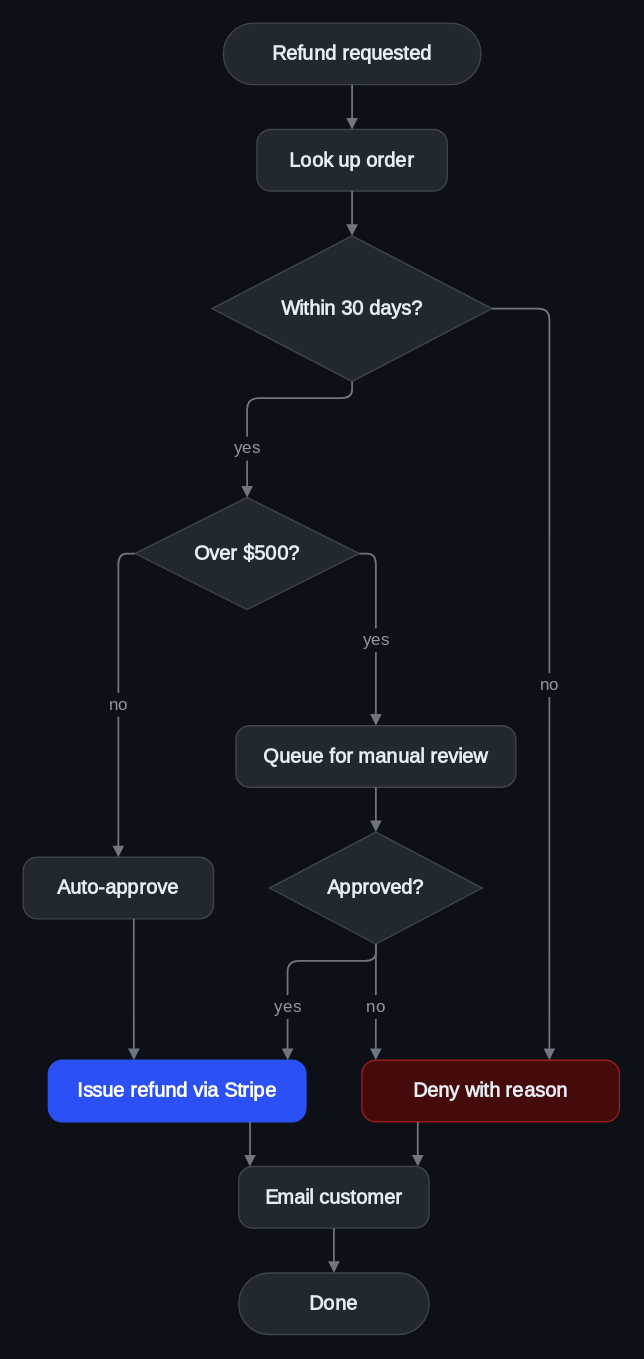
This is docs/gallery/refund-flow-dark.drawio.svg from itsthecsguy/linework, a draw.io export, as it was before one commit. Source tidied: cells renumbered, new cells last; positions are measured from the earlier drawing's top-left corner, leaving out a move shared by most shapes.
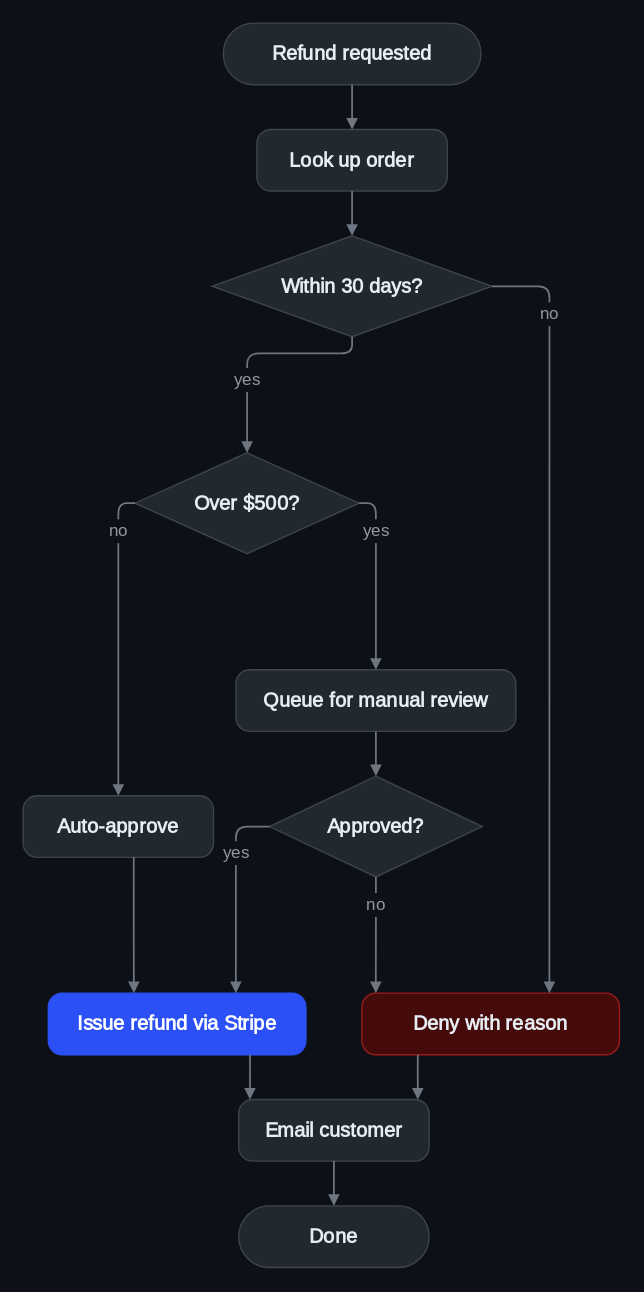
The same file after the commit.

Diff of the diagram source:
```diff
@@ -9,31 +9,31 @@
       <mxGeometry x="167" y="76" width="136" height="44" as="geometry" />
     </mxCell>
     <mxCell id="4" value="&lt;span style=&quot;font-weight:600&quot;&gt;Within 30 days?&lt;/span&gt;" style="rhombus;html=1;whiteSpace=wrap;spacingLeft=12;spacingRight=12;fontFamily=IBM Plex Sans, -apple-system, BlinkMacSystemFont, Segoe UI, Roboto, Helvetica Neue, Arial, sans-serif;fontSize=14;fontColor=#E6EDF3;fillColor=#212830;strokeColor=#3D444D;strokeWidth=1;spacingLeft=0;spacingRight=0;spacingLeft=41;spacingRight=41;" parent="1" vertex="1">
-      <mxGeometry x="135" y="152" width="200" height="104" as="geometry" />
+      <mxGeometry x="135" y="152" width="200" height="72" as="geometry" />
     </mxCell>
     <mxCell id="5" value="&lt;span style=&quot;font-weight:600&quot;&gt;Over $500?&lt;/span&gt;" style="rhombus;html=1;whiteSpace=wrap;spacingLeft=12;spacingRight=12;fontFamily=IBM Plex Sans, -apple-system, BlinkMacSystemFont, Segoe UI, Roboto, Helvetica Neue, Arial, sans-serif;fontSize=14;fontColor=#E6EDF3;fillColor=#212830;strokeColor=#3D444D;strokeWidth=1;spacingLeft=0;spacingRight=0;spacingLeft=35;spacingRight=35;" parent="1" vertex="1">
-      <mxGeometry x="80" y="339" width="160" height="80" as="geometry" />
+      <mxGeometry x="80" y="307" width="160" height="72" as="geometry" />
     </mxCell>
     <mxCell id="6" value="&lt;span style=&quot;font-weight:600&quot;&gt;Auto-approve&lt;/span&gt;" style="rounded=1;absoluteArcSize=1;arcSize=20;html=1;whiteSpace=wrap;spacingLeft=12;spacingRight=12;fontFamily=IBM Plex Sans, -apple-system, BlinkMacSystemFont, Segoe UI, Roboto, Helvetica Neue, Arial, sans-serif;fontSize=14;fontColor=#E6EDF3;fillColor=#212830;strokeColor=#3D444D;strokeWidth=1;" parent="1" vertex="1">
-      <mxGeometry y="596" width="136" height="44" as="geometry" />
+      <mxGeometry y="552" width="136" height="44" as="geometry" />
     </mxCell>
     <mxCell id="7" value="&lt;span style=&quot;font-weight:600&quot;&gt;Queue for manual review&lt;/span&gt;" style="rounded=1;absoluteArcSize=1;arcSize=20;html=1;whiteSpace=wrap;spacingLeft=12;spacingRight=12;fontFamily=IBM Plex Sans, -apple-system, BlinkMacSystemFont, Segoe UI, Roboto, Helvetica Neue, Arial, sans-serif;fontSize=14;fontColor=#E6EDF3;fillColor=#212830;strokeColor=#3D444D;strokeWidth=1;" parent="1" vertex="1">
-      <mxGeometry x="152" y="502" width="200" height="44" as="geometry" />
+      <mxGeometry x="152" y="462" width="200" height="44" as="geometry" />
     </mxCell>
     <mxCell id="8" value="&lt;span style=&quot;font-weight:600&quot;&gt;Approved?&lt;/span&gt;" style="rhombus;html=1;whiteSpace=wrap;spacingLeft=12;spacingRight=12;fontFamily=IBM Plex Sans, -apple-system, BlinkMacSystemFont, Segoe UI, Roboto, Helvetica Neue, Arial, sans-serif;fontSize=14;fontColor=#E6EDF3;fillColor=#212830;strokeColor=#3D444D;strokeWidth=1;spacingLeft=0;spacingRight=0;spacingLeft=33;spacingRight=33;" parent="1" vertex="1">
-      <mxGeometry x="176" y="578" width="152" height="80" as="geometry" />
+      <mxGeometry x="176" y="538" width="152" height="72" as="geometry" />
     </mxCell>
     <mxCell id="9" value="&lt;span style=&quot;font-weight:600&quot;&gt;Issue refund via Stripe&lt;/span&gt;" style="rounded=1;absoluteArcSize=1;arcSize=20;html=1;whiteSpace=wrap;spacingLeft=12;spacingRight=12;fontFamily=IBM Plex Sans, -apple-system, BlinkMacSystemFont, Segoe UI, Roboto, Helvetica Neue, Arial, sans-serif;fontSize=14;fontColor=#FFFFFF;fillColor=#2B50F5;strokeColor=#2B50F5;strokeWidth=1;" parent="1" vertex="1">
-      <mxGeometry x="18" y="741" width="184" height="44" as="geometry" />
+      <mxGeometry x="18" y="693" width="184" height="44" as="geometry" />
     </mxCell>
     <mxCell id="10" value="&lt;span style=&quot;font-weight:600&quot;&gt;Email customer&lt;/span&gt;" style="rounded=1;absoluteArcSize=1;arcSize=20;html=1;whiteSpace=wrap;spacingLeft=12;spacingRight=12;fontFamily=IBM Plex Sans, -apple-system, BlinkMacSystemFont, Segoe UI, Roboto, Helvetica Neue, Arial, sans-serif;fontSize=14;fontColor=#E6EDF3;fillColor=#212830;strokeColor=#3D444D;strokeWidth=1;" parent="1" vertex="1">
-      <mxGeometry x="154" y="817" width="136" height="44" as="geometry" />
+      <mxGeometry x="154" y="769" width="136" height="44" as="geometry" />
     </mxCell>
     <mxCell id="11" value="&lt;span style=&quot;font-weight:600&quot;&gt;Deny with reason&lt;/span&gt;" style="rounded=1;absoluteArcSize=1;arcSize=20;html=1;whiteSpace=wrap;spacingLeft=12;spacingRight=12;fontFamily=IBM Plex Sans, -apple-system, BlinkMacSystemFont, Segoe UI, Roboto, Helvetica Neue, Arial, sans-serif;fontSize=14;fontColor=#E6EDF3;fillColor=#450A0A;strokeColor=#991B1B;strokeWidth=1;" parent="1" vertex="1">
-      <mxGeometry x="242" y="741" width="184" height="44" as="geometry" />
+      <mxGeometry x="242" y="693" width="184" height="44" as="geometry" />
     </mxCell>
     <mxCell id="12" value="&lt;span style=&quot;font-weight:600&quot;&gt;Done&lt;/span&gt;" style="rounded=1;arcSize=50;html=1;whiteSpace=wrap;spacingLeft=12;spacingRight=12;fontFamily=IBM Plex Sans, -apple-system, BlinkMacSystemFont, Segoe UI, Roboto, Helvetica Neue, Arial, sans-serif;fontSize=14;fontColor=#E6EDF3;fillColor=#212830;strokeColor=#3D444D;strokeWidth=1;" parent="1" vertex="1">
-      <mxGeometry x="154" y="893" width="136" height="44" as="geometry" />
+      <mxGeometry x="154" y="845" width="136" height="44" as="geometry" />
     </mxCell>
     <mxCell id="13" style="edgeStyle=orthogonalEdgeStyle;rounded=1;arcSize=16;html=1;strokeColor=#6E7681;strokeWidth=1.25;endArrow=block;endFill=1;endSize=5;startArrow=none;fontFamily=IBM Plex Sans, -apple-system, BlinkMacSystemFont, Segoe UI, Roboto, Helvetica Neue, Arial, sans-serif;fontSize=12;fontColor=#9198A1;labelBackgroundColor=#0D1117;labelPadding=1 5;exitX=0.5;exitY=1;exitDx=0;exitDy=0;entryX=0.5;entryY=0;entryDx=0;entryDy=0;" parent="1" edge="1" source="2" target="3">
       <mxGeometry relative="1" as="geometry" />
@@ -42,47 +42,46 @@
       <mxGeometry relative="1" as="geometry" />
     </mxCell>
     <mxCell id="15" value="yes" style="edgeStyle=orthogonalEdgeStyle;rounded=1;arcSize=16;html=1;strokeColor=#6E7681;strokeWidth=1.25;endArrow=block;endFill=1;endSize=5;startArrow=none;fontFamily=IBM Plex Sans, -apple-system, BlinkMacSystemFont, Segoe UI, Roboto, Helvetica Neue, Arial, sans-serif;fontSize=12;fontColor=#9198A1;labelBackgroundColor=#0D1117;labelPadding=1 5;exitX=0.5;exitY=1;exitDx=0;exitDy=0;entryX=0.5;entryY=0;entryDx=0;entryDy=0;" parent="1" edge="1" source="4" target="5">
-      <mxGeometry x="0.55" relative="1" as="geometry">
+      <mxGeometry x="0.35" relative="1" as="geometry">
         <Array as="points">
-          <mxPoint x="235" y="268" />
-          <mxPoint x="160" y="268" />
+          <mxPoint x="235" y="236" />
+          <mxPoint x="160" y="236" />
         </Array>
       </mxGeometry>
     </mxCell>
     <mxCell id="16" value="no" style="edgeStyle=orthogonalEdgeStyle;rounded=1;arcSize=16;html=1;strokeColor=#6E7681;strokeWidth=1.25;endArrow=block;endFill=1;endSize=5;startArrow=none;fontFamily=IBM Plex Sans, -apple-system, BlinkMacSystemFont, Segoe UI, Roboto, Helvetica Neue, Arial, sans-serif;fontSize=12;fontColor=#9198A1;labelBackgroundColor=#0D1117;labelPadding=1 5;exitX=1;exitY=0.5;exitDx=0;exitDy=0;entryX=0.728;entryY=0;entryDx=0;entryDy=0;" parent="1" edge="1" source="4" target="11">
-      <mxGeometry x="0.07" relative="1" as="geometry">
+      <mxGeometry x="-0.78" relative="1" as="geometry">
         <Array as="points">
-          <mxPoint x="376" y="204" />
+          <mxPoint x="376" y="188" />
         </Array>
       </mxGeometry>
     </mxCell>
     <mxCell id="17" value="no" style="edgeStyle=orthogonalEdgeStyle;rounded=1;arcSize=16;html=1;strokeColor=#6E7681;strokeWidth=1.25;endArrow=block;endFill=1;endSize=5;startArrow=none;fontFamily=IBM Plex Sans, -apple-system, BlinkMacSystemFont, Segoe UI, Roboto, Helvetica Neue, Arial, sans-serif;fontSize=12;fontColor=#9198A1;labelBackgroundColor=#0D1117;labelPadding=1 5;exitX=0;exitY=0.5;exitDx=0;exitDy=0;entryX=0.5;entryY=0;entryDx=0;entryDy=0;" parent="1" edge="1" source="5" target="6">
-      <mxGeometry x="0.05" relative="1" as="geometry">
+      <mxGeometry x="-0.71" relative="1" as="geometry">
         <Array as="points">
-          <mxPoint x="68" y="379" />
+          <mxPoint x="68" y="343" />
         </Array>
       </mxGeometry>
     </mxCell>
     <mxCell id="18" value="yes" style="edgeStyle=orthogonalEdgeStyle;rounded=1;arcSize=16;html=1;strokeColor=#6E7681;strokeWidth=1.25;endArrow=block;endFill=1;endSize=5;startArrow=none;fontFamily=IBM Plex Sans, -apple-system, BlinkMacSystemFont, Segoe UI, Roboto, Helvetica Neue, Arial, sans-serif;fontSize=12;fontColor=#9198A1;labelBackgroundColor=#0D1117;labelPadding=1 5;exitX=1;exitY=0.5;exitDx=0;exitDy=0;entryX=0.5;entryY=0;entryDx=0;entryDy=0;" parent="1" edge="1" source="5" target="7">
-      <mxGeometry x="0.09" relative="1" as="geometry">
+      <mxGeometry x="-0.51" relative="1" as="geometry">
         <Array as="points">
-          <mxPoint x="252" y="379" />
+          <mxPoint x="252" y="343" />
         </Array>
       </mxGeometry>
     </mxCell>
     <mxCell id="19" style="edgeStyle=orthogonalEdgeStyle;rounded=1;arcSize=16;html=1;strokeColor=#6E7681;strokeWidth=1.25;endArrow=block;endFill=1;endSize=5;startArrow=none;fontFamily=IBM Plex Sans, -apple-system, BlinkMacSystemFont, Segoe UI, Roboto, Helvetica Neue, Arial, sans-serif;fontSize=12;fontColor=#9198A1;labelBackgroundColor=#0D1117;labelPadding=1 5;exitX=0.5;exitY=1;exitDx=0;exitDy=0;entryX=0.5;entryY=0;entryDx=0;entryDy=0;" parent="1" edge="1" source="7" target="8">
       <mxGeometry relative="1" as="geometry" />
     </mxCell>
-    <mxCell id="20" value="yes" style="edgeStyle=orthogonalEdgeStyle;rounded=1;arcSize=16;html=1;strokeColor=#6E7681;strokeWidth=1.25;endArrow=block;endFill=1;endSize=5;startArrow=none;fontFamily=IBM Plex Sans, -apple-system, BlinkMacSystemFont, Segoe UI, Roboto, Helvetica Neue, Arial, sans-serif;fontSize=12;fontColor=#9198A1;labelBackgroundColor=#0D1117;labelPadding=1 5;exitX=0.5;exitY=1;exitDx=0;exitDy=0;entryX=0.929;entryY=0;entryDx=0;entryDy=0;" parent="1" edge="1" source="8" target="9">
-      <mxGeometry x="0.48" relative="1" as="geometry">
+    <mxCell id="20" value="yes" style="edgeStyle=orthogonalEdgeStyle;rounded=1;arcSize=16;html=1;strokeColor=#6E7681;strokeWidth=1.25;endArrow=block;endFill=1;endSize=5;startArrow=none;fontFamily=IBM Plex Sans, -apple-system, BlinkMacSystemFont, Segoe UI, Roboto, Helvetica Neue, Arial, sans-serif;fontSize=12;fontColor=#9198A1;labelBackgroundColor=#0D1117;labelPadding=1 5;exitX=0;exitY=0.5;exitDx=0;exitDy=0;entryX=0.728;entryY=0;entryDx=0;entryDy=0;" parent="1" edge="1" source="8" target="9">
+      <mxGeometry x="-0.39" relative="1" as="geometry">
         <Array as="points">
-          <mxPoint x="252" y="670" />
-          <mxPoint x="189" y="670" />
+          <mxPoint x="152" y="574" />
         </Array>
       </mxGeometry>
     </mxCell>
     <mxCell id="21" value="no" style="edgeStyle=orthogonalEdgeStyle;rounded=1;arcSize=16;html=1;strokeColor=#6E7681;strokeWidth=1.25;endArrow=block;endFill=1;endSize=5;startArrow=none;fontFamily=IBM Plex Sans, -apple-system, BlinkMacSystemFont, Segoe UI, Roboto, Helvetica Neue, Arial, sans-serif;fontSize=12;fontColor=#9198A1;labelBackgroundColor=#0D1117;labelPadding=1 5;exitX=0.5;exitY=1;exitDx=0;exitDy=0;entryX=0.054;entryY=0;entryDx=0;entryDy=0;" parent="1" edge="1" source="8" target="11">
-      <mxGeometry x="0.08" relative="1" as="geometry" />
+      <mxGeometry x="-0.53" relative="1" as="geometry" />
     </mxCell>
     <mxCell id="22" style="edgeStyle=orthogonalEdgeStyle;rounded=1;arcSize=16;html=1;strokeColor=#6E7681;strokeWidth=1.25;endArrow=block;endFill=1;endSize=5;startArrow=none;fontFamily=IBM Plex Sans, -apple-system, BlinkMacSystemFont, Segoe UI, Roboto, Helvetica Neue, Arial, sans-serif;fontSize=12;fontColor=#9198A1;labelBackgroundColor=#0D1117;labelPadding=1 5;exitX=0.581;exitY=1;exitDx=0;exitDy=0;entryX=0.332;entryY=0;entryDx=0;entryDy=0;" parent="1" edge="1" source="6" target="9">
       <mxGeometry relative="1" as="geometry" />
```
